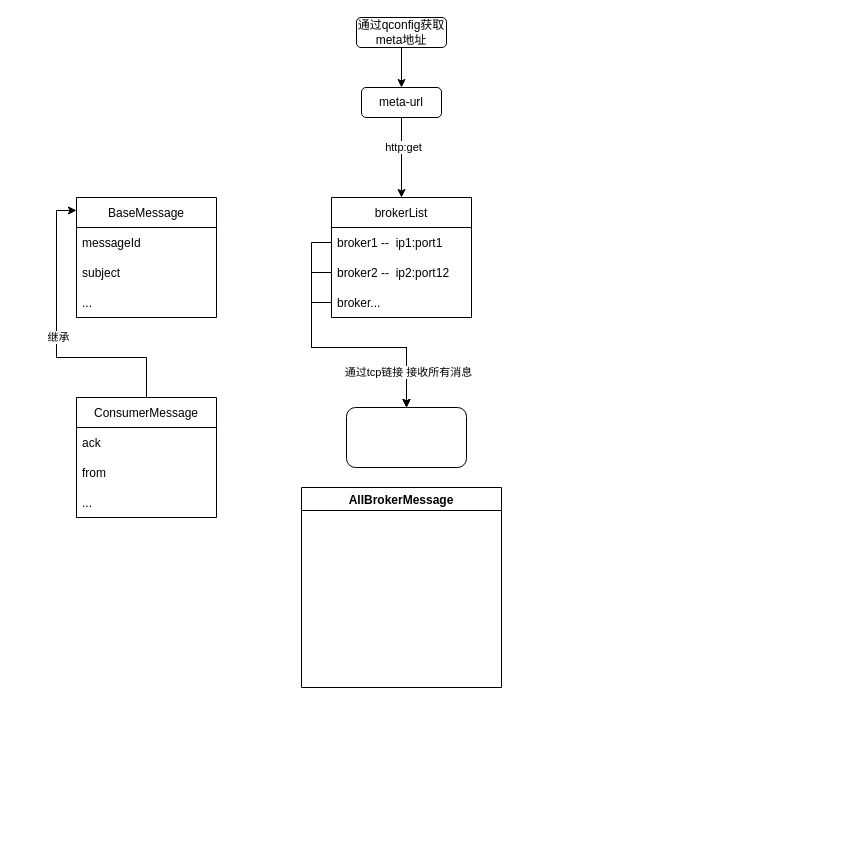
Before: Untitled Diagram.drawio in ariesly15/drawio, a draw.io diagram. Source tidied: cells renumbered, new cells numbered last; positions are measured from the earlier drawing's top-left corner, leaving out a move shared by most shapes. Both pictures are drawn from the tidied source at 100%, with x=0, y=0 at pixel (76, 17).
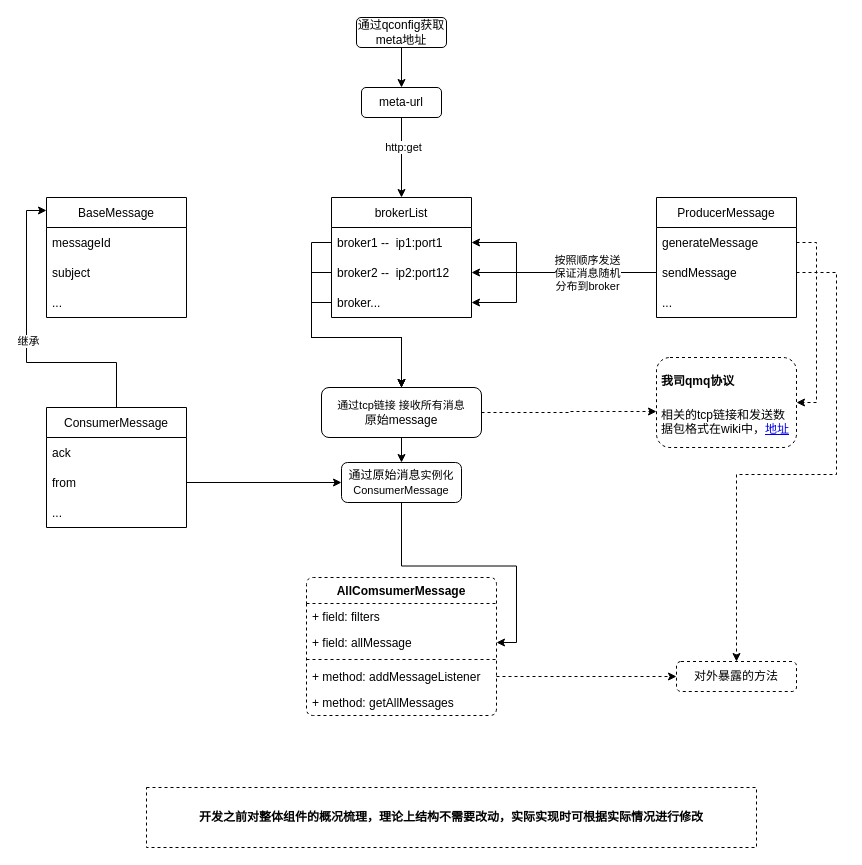
After the change.

Commit message:
qmq_node

The change refers to these unchanged cells:
```xml
<mxCell id="3" value="broker1 --  ip1:port1" style="text;strokeColor=none;fillColor=none;align=left;verticalAlign=middle;spacingLeft=4;spacingRight=4;overflow=hidden;points=[[0,0.5],[1,0.5]];portConstraint=eastwest;" parent="2" vertex="1">
  <mxGeometry y="30" width="140" height="30" as="geometry" />
</mxCell>
<mxCell id="4" value="broker2 --  ip2:port12" style="text;strokeColor=none;fillColor=none;align=left;verticalAlign=middle;spacingLeft=4;spacingRight=4;overflow=hidden;points=[[0,0.5],[1,0.5]];portConstraint=eastwest;" parent="2" vertex="1">
  <mxGeometry y="60" width="140" height="30" as="geometry" />
</mxCell>
<mxCell id="5" value="broker..." style="text;strokeColor=none;fillColor=none;align=left;verticalAlign=middle;spacingLeft=4;spacingRight=4;overflow=hidden;points=[[0,0.5],[1,0.5]];portConstraint=eastwest;" parent="2" vertex="1">
  <mxGeometry y="90" width="140" height="30" as="geometry" />
</mxCell>
<mxCell id="19" value="from" style="text;strokeColor=none;fillColor=none;align=left;verticalAlign=middle;spacingLeft=4;spacingRight=4;overflow=hidden;points=[[0,0.5],[1,0.5]];portConstraint=eastwest;" parent="17" vertex="1">
  <mxGeometry y="60" width="140" height="30" as="geometry" />
</mxCell>
```

Change to the diagram source:
```diff
@@
     <mxCell id="11" value="BaseMessage" style="swimlane;fontStyle=0;horizontal=1;startSize=30;" parent="1" vertex="1">
-      <mxGeometry y="180" width="140" height="120" as="geometry" />
+      <mxGeometry x="-30" y="180" width="140" height="120" as="geometry" />
     </mxCell>
@@
     <mxCell id="17" value="ConsumerMessage" style="swimlane;fontStyle=0;horizontal=1;startSize=30;" parent="1" vertex="1">
-      <mxGeometry y="380" width="140" height="120" as="geometry" />
+      <mxGeometry x="-30" y="390" width="140" height="120" as="geometry" />
     </mxCell>
@@
-    <mxCell id="21" value="AllBrokerMessage" style="swimlane;" parent="1" vertex="1">
-      <mxGeometry x="225" y="470" width="200" height="200" as="geometry" />
-    </mxCell>
+    <mxCell id="27" style="edgeStyle=orthogonalEdgeStyle;rounded=0;jettySize=auto;html=1;exitX=0.5;exitY=1;exitDx=0;exitDy=0;entryX=0.5;entryY=0;entryDx=0;entryDy=0;" parent="1" edge="1" source="22" target="40">
+      <mxGeometry relative="1" as="geometry" />
+    </mxCell>
+    <mxCell id="28" style="edgeStyle=orthogonalEdgeStyle;rounded=0;jettySize=auto;html=1;exitX=1;exitY=0.5;exitDx=0;exitDy=0;entryX=0;entryY=0.6;entryDx=0;entryDy=0;entryPerimeter=0;dashed=1;fontSize=12;" parent="1" edge="1" source="22" target="41">
+      <mxGeometry relative="1" as="geometry" />
+    </mxCell>
-    <mxCell id="22" style="rounded=1;whiteSpace=wrap;html=1;" parent="1" vertex="1">
-      <mxGeometry x="270" y="390" width="120" height="60" as="geometry" />
+    <mxCell id="22" value="&lt;span style=&quot;font-size: 11px ; background-color: rgb(255 , 255 , 255)&quot;&gt;通过tcp链接 接收所有消息&lt;/span&gt;&lt;br&gt;原始message" style="rounded=1;whiteSpace=wrap;html=1;" parent="1" vertex="1">
+      <mxGeometry x="245" y="370" width="160" height="50" as="geometry" />
     </mxCell>
+    <mxCell id="24" style="edgeStyle=orthogonalEdgeStyle;rounded=0;jettySize=auto;html=1;exitX=0;exitY=0.5;exitDx=0;exitDy=0;entryX=0.5;entryY=0;entryDx=0;entryDy=0;" parent="1" edge="1" source="4" target="22">
+      <mxGeometry relative="1" as="geometry" />
+    </mxCell>
+    <mxCell id="29" style="edgeStyle=orthogonalEdgeStyle;rounded=0;jettySize=auto;html=1;exitX=1;exitY=0.5;exitDx=0;exitDy=0;entryX=0;entryY=0.5;entryDx=0;entryDy=0;" parent="1" edge="1" source="19" target="40">
+      <mxGeometry relative="1" as="geometry" />
+    </mxCell>
+    <mxCell id="30" value="ProducerMessage" style="swimlane;fontStyle=0;horizontal=1;startSize=30;" parent="1" vertex="1">
+      <mxGeometry x="580" y="180" width="140" height="120" as="geometry" />
+    </mxCell>
+    <mxCell id="31" value="generateMessage" style="text;strokeColor=none;fillColor=none;align=left;verticalAlign=middle;spacingLeft=4;spacingRight=4;overflow=hidden;points=[[0,0.5],[1,0.5]];portConstraint=eastwest;" parent="30" vertex="1">
+      <mxGeometry y="30" width="140" height="30" as="geometry" />
+    </mxCell>
+    <mxCell id="32" value="sendMessage" style="text;strokeColor=none;fillColor=none;align=left;verticalAlign=middle;spacingLeft=4;spacingRight=4;overflow=hidden;points=[[0,0.5],[1,0.5]];portConstraint=eastwest;" parent="30" vertex="1">
+      <mxGeometry y="60" width="140" height="30" as="geometry" />
+    </mxCell>
+    <mxCell id="33" value="..." style="text;strokeColor=none;fillColor=none;align=left;verticalAlign=middle;spacingLeft=4;spacingRight=4;overflow=hidden;" parent="30" vertex="1">
+      <mxGeometry y="90" width="140" height="30" as="geometry" />
+    </mxCell>
+    <mxCell id="34" style="edgeStyle=orthogonalEdgeStyle;rounded=0;jettySize=auto;html=1;entryX=1;entryY=0.5;entryDx=0;entryDy=0;" parent="1" edge="1" source="32" target="3">
+      <mxGeometry relative="1" as="geometry">
+        <Array as="points">
+          <mxPoint x="440" y="255" />
+          <mxPoint x="440" y="225" />
+        </Array>
+      </mxGeometry>
+    </mxCell>
+    <mxCell id="35" style="edgeStyle=orthogonalEdgeStyle;rounded=0;jettySize=auto;html=1;entryX=1;entryY=0.5;entryDx=0;entryDy=0;" parent="1" edge="1" source="32" target="4">
+      <mxGeometry relative="1" as="geometry" />
+    </mxCell>
+    <mxCell id="36" style="edgeStyle=orthogonalEdgeStyle;rounded=0;jettySize=auto;html=1;entryX=1;entryY=0.5;entryDx=0;entryDy=0;" parent="1" edge="1" source="32" target="5">
+      <mxGeometry relative="1" as="geometry">
+        <Array as="points">
+          <mxPoint x="440" y="255" />
+          <mxPoint x="440" y="285" />
+        </Array>
+      </mxGeometry>
+    </mxCell>
+    <mxCell id="37" value="按照顺序发送&lt;br&gt;保证消息随机&lt;br&gt;分布到broker" style="edgeLabel;html=1;align=center;verticalAlign=middle;" parent="36" vertex="1">
+      <mxGeometry x="-0.52" relative="1" as="geometry">
+        <mxPoint x="-18" as="offset" />
+      </mxGeometry>
+    </mxCell>
-    <mxCell id="23" style="edgeStyle=orthogonalEdgeStyle;rounded=0;jettySize=auto;html=1;exitX=0;exitY=0.5;exitDx=0;exitDy=0;" parent="1" edge="1" source="5" target="22">
+    <mxCell id="23" style="edgeStyle=orthogonalEdgeStyle;rounded=0;jettySize=auto;html=1;exitX=0;exitY=0.5;exitDx=0;exitDy=0;entryX=0.5;entryY=0;entryDx=0;entryDy=0;" parent="1" edge="1" source="5" target="22">
       <mxGeometry relative="1" as="geometry">
         <Array as="points">
           <mxPoint x="235" y="285" />
-          <mxPoint x="235" y="330" />
-          <mxPoint x="330" y="330" />
+          <mxPoint x="235" y="320" />
+          <mxPoint x="325" y="320" />
         </Array>
       </mxGeometry>
     </mxCell>
-    <mxCell id="24" style="edgeStyle=orthogonalEdgeStyle;rounded=0;jettySize=auto;html=1;exitX=0;exitY=0.5;exitDx=0;exitDy=0;entryX=0.5;entryY=0;entryDx=0;entryDy=0;" parent="1" edge="1" source="4" target="22">
-      <mxGeometry relative="1" as="geometry" />
-    </mxCell>
-    <mxCell id="25" style="edgeStyle=orthogonalEdgeStyle;rounded=0;jettySize=auto;html=1;exitX=0;exitY=0.5;exitDx=0;exitDy=0;" parent="1" edge="1" source="3">
-      <mxGeometry relative="1" as="geometry">
-        <mxPoint x="330" y="390" as="targetPoint" />
-        <Array as="points">
-          <mxPoint x="235" y="225" />
-          <mxPoint x="235" y="330" />
-          <mxPoint x="330" y="330" />
-        </Array>
-      </mxGeometry>
-    </mxCell>
-    <mxCell id="26" value="通过tcp链接 接收所有消息" style="edgeLabel;html=1;align=center;verticalAlign=middle;" parent="25" vertex="1">
-      <mxGeometry x="0.74" y="1" relative="1" as="geometry" />
-    </mxCell>
+    <mxCell id="38" style="edgeStyle=orthogonalEdgeStyle;rounded=0;jettySize=auto;html=1;exitX=0;exitY=0.5;exitDx=0;exitDy=0;entryX=0.5;entryY=0;entryDx=0;entryDy=0;" parent="1" edge="1" source="3" target="22">
+      <mxGeometry relative="1" as="geometry">
+        <Array as="points">
+          <mxPoint x="235" y="225" />
+          <mxPoint x="235" y="320" />
+          <mxPoint x="325" y="320" />
+        </Array>
+      </mxGeometry>
+    </mxCell>
+    <mxCell id="39" style="edgeStyle=orthogonalEdgeStyle;rounded=0;jettySize=auto;html=1;exitX=0.5;exitY=1;exitDx=0;exitDy=0;entryX=1;entryY=0.5;entryDx=0;entryDy=0;fontSize=12;" parent="1" edge="1" source="40" target="45">
+      <mxGeometry relative="1" as="geometry" />
+    </mxCell>
+    <mxCell id="40" value="通过原始消息&lt;span style=&quot;font-size: 11px ; background-color: rgb(255 , 255 , 255)&quot;&gt;实例化 ConsumerMessage&lt;/span&gt;" style="rounded=1;whiteSpace=wrap;html=1;" parent="1" vertex="1">
+      <mxGeometry x="265" y="445" width="120" height="40" as="geometry" />
+    </mxCell>
+    <mxCell id="41" value="&lt;h1&gt;&lt;font style=&quot;font-size: 12px ; line-height: 0&quot;&gt;我司qmq协议&lt;/font&gt;&lt;/h1&gt;&lt;p&gt;相关的tcp链接和发送数据包格式在wiki中，&lt;a href=&quot;https://wiki.corp.qunar.com/confluence/pages/viewpage.action?spaceKey=TCDEV&amp;amp;title=11.+new+qmq&quot;&gt;地址&lt;/a&gt;&lt;/p&gt;" style="text;html=1;strokeColor=default;fillColor=none;spacing=5;spacingTop=-20;whiteSpace=wrap;overflow=hidden;rounded=1;dashed=1;" parent="1" vertex="1">
+      <mxGeometry x="580" y="340" width="140" height="90" as="geometry" />
+    </mxCell>
+    <mxCell id="42" style="edgeStyle=orthogonalEdgeStyle;rounded=0;jettySize=auto;html=1;exitX=1;exitY=0.5;exitDx=0;exitDy=0;entryX=1;entryY=0.5;entryDx=0;entryDy=0;fontSize=12;dashed=1;" parent="1" edge="1" source="31" target="41">
+      <mxGeometry relative="1" as="geometry" />
+    </mxCell>
+    <mxCell id="43" value="AllComsumerMessage" style="swimlane;fontStyle=1;align=center;verticalAlign=top;horizontal=1;startSize=26;rounded=1;dashed=1;fontSize=12;strokeColor=default;arcSize=9;" parent="1" vertex="1">
+      <mxGeometry x="230" y="560" width="190" height="138" as="geometry" />
+    </mxCell>
+    <mxCell id="44" value="+ field: filters" style="text;strokeColor=none;fillColor=none;align=left;verticalAlign=top;spacingLeft=4;spacingRight=4;overflow=hidden;rounded=1;dashed=1;fontSize=12;" parent="43" vertex="1">
+      <mxGeometry y="26" width="190" height="26" as="geometry" />
+    </mxCell>
+    <mxCell id="45" value="+ field: allMessage" style="text;strokeColor=none;fillColor=none;align=left;verticalAlign=top;spacingLeft=4;spacingRight=4;overflow=hidden;points=[[0,0.5],[1,0.5]];portConstraint=eastwest;rounded=1;dashed=1;fontSize=12;" parent="43" vertex="1">
+      <mxGeometry y="52" width="190" height="26" as="geometry" />
+    </mxCell>
+    <mxCell id="46" style="line;strokeWidth=1;fillColor=none;align=left;verticalAlign=middle;spacingTop=-1;spacingLeft=3;spacingRight=3;labelPosition=right;rounded=1;dashed=1;fontSize=12;" parent="43" vertex="1">
+      <mxGeometry y="78" width="190" height="8" as="geometry" />
+    </mxCell>
+    <mxCell id="47" value="+ method: addMessageListener" style="text;strokeColor=none;fillColor=none;align=left;verticalAlign=top;spacingLeft=4;spacingRight=4;overflow=hidden;points=[[0,0.5],[1,0.5]];portConstraint=eastwest;rounded=1;dashed=1;fontSize=12;" parent="43" vertex="1">
+      <mxGeometry y="86" width="190" height="26" as="geometry" />
+    </mxCell>
+    <mxCell id="48" value="+ method: getAllMessages" style="text;strokeColor=none;fillColor=none;align=left;verticalAlign=top;spacingLeft=4;spacingRight=4;overflow=hidden;rounded=1;dashed=1;fontSize=12;" parent="43" vertex="1">
+      <mxGeometry y="112" width="190" height="26" as="geometry" />
+    </mxCell>
+    <mxCell id="49" value="对外暴露的方法" style="rounded=1;whiteSpace=wrap;html=1;dashed=1;fontSize=12;strokeColor=default;" parent="1" vertex="1">
+      <mxGeometry x="600" y="644" width="120" height="30" as="geometry" />
+    </mxCell>
+    <mxCell id="50" style="edgeStyle=orthogonalEdgeStyle;rounded=0;jettySize=auto;html=1;exitX=1;exitY=0.5;exitDx=0;exitDy=0;entryX=0;entryY=0.5;entryDx=0;entryDy=0;fontSize=12;dashed=1;" parent="1" edge="1" source="47" target="49">
+      <mxGeometry relative="1" as="geometry" />
+    </mxCell>
+    <mxCell id="51" style="edgeStyle=orthogonalEdgeStyle;rounded=0;jettySize=auto;html=1;exitX=1;exitY=0.5;exitDx=0;exitDy=0;entryX=0.5;entryY=0;entryDx=0;entryDy=0;dashed=1;fontSize=12;" parent="1" edge="1" source="32" target="49">
+      <mxGeometry relative="1" as="geometry">
+        <Array as="points">
+          <mxPoint x="760" y="255" />
+          <mxPoint x="760" y="457" />
+          <mxPoint x="660" y="457" />
+        </Array>
+      </mxGeometry>
+    </mxCell>
+    <mxCell id="52" value="&lt;b&gt;开发之前对整体组件的概况梳理，理论上结构不需要改动，实际实现时可根据实际情况进行修改&lt;/b&gt;" style="rounded=0;whiteSpace=wrap;html=1;dashed=1;fontSize=12;strokeColor=default;" parent="1" vertex="1">
+      <mxGeometry x="70" y="770" width="610" height="60" as="geometry" />
+    </mxCell>
```
